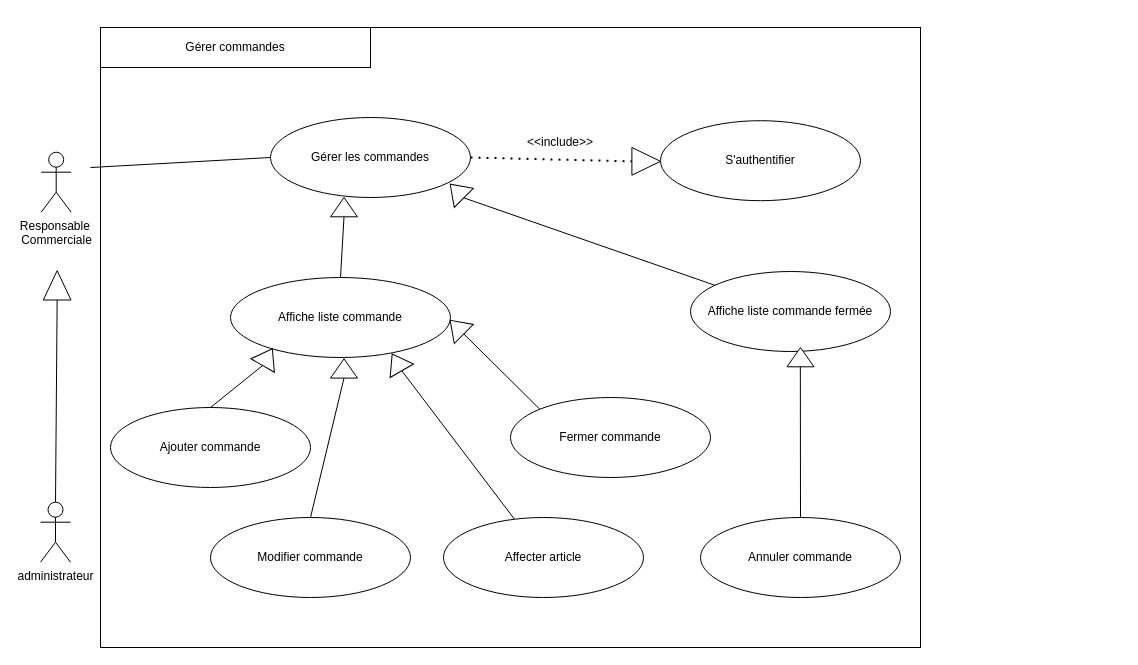
This is cuGérerCommandes.drawio from AbdelazizBs/GPAO-SpringApp, a draw.io file, before an edit. Source tidied: cells renumbered, new cells numbered last; positions are measured from the earlier drawing's top-left corner, leaving out a move shared by most shapes. Both pictures are drawn from the tidied source at 100%, with x=0, y=0 at pixel (40, 27).
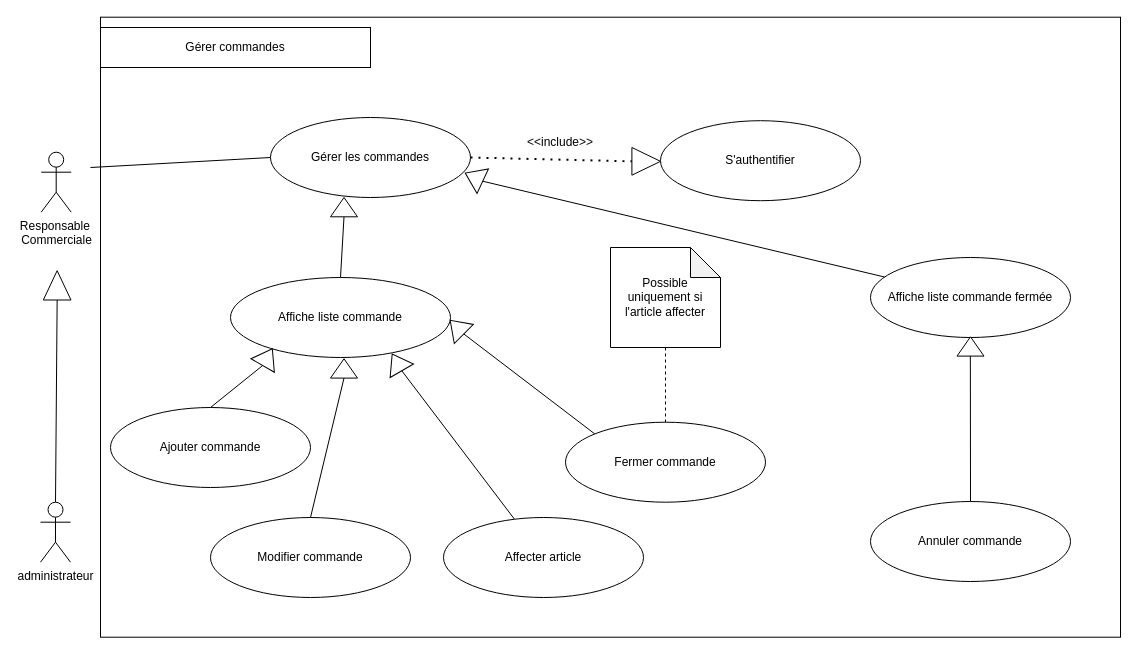
The same diagram, later.

Commit message:
Mettre à jour cuGérerCommandes.drawio

What changed in the source:
```diff
@@
     <mxCell id="2" style="rounded=0;whiteSpace=wrap;html=1;" parent="1" vertex="1">
-      <mxGeometry x="60" width="820" height="620" as="geometry" />
+      <mxGeometry x="60" y="-10.3" width="1020" height="620" as="geometry" />
     </mxCell>
@@
     <mxCell id="18" value="Affiche liste commande fermée" style="ellipse;whiteSpace=wrap;html=1;" parent="1" vertex="1">
-      <mxGeometry x="650" y="244" width="200" height="80" as="geometry" />
+      <mxGeometry x="830" y="230" width="200" height="80" as="geometry" />
     </mxCell>
-    <mxCell id="19" style="triangle;whiteSpace=wrap;html=1;rotation=-225;direction=south;" parent="1" vertex="1">
-      <mxGeometry x="403" y="153.9" width="27" height="19.3" as="geometry" />
+    <mxCell id="19" style="triangle;whiteSpace=wrap;html=1;rotation=115;direction=south;" parent="1" vertex="1">
+      <mxGeometry x="420" y="140" width="27" height="19.3" as="geometry" />
     </mxCell>
@@
     <mxCell id="21" value="Fermer commande" style="ellipse;whiteSpace=wrap;html=1;" parent="1" vertex="1">
-      <mxGeometry x="470" y="370" width="200" height="80" as="geometry" />
+      <mxGeometry x="525" y="394.7" width="200" height="80" as="geometry" />
     </mxCell>
@@
     <mxCell id="25" value="Annuler commande" style="ellipse;whiteSpace=wrap;html=1;" parent="1" vertex="1">
-      <mxGeometry x="660" y="490" width="200" height="80" as="geometry" />
+      <mxGeometry x="830" y="474" width="200" height="80" as="geometry" />
     </mxCell>
@@
     <mxCell id="27" style="triangle;whiteSpace=wrap;html=1;rotation=-180;direction=south;" parent="1" vertex="1">
-      <mxGeometry x="746.5" y="320" width="27" height="19.3" as="geometry" />
+      <mxGeometry x="916.5" y="309.3" width="27" height="19.3" as="geometry" />
     </mxCell>
@@
+    <mxCell id="35" style="edgeStyle=orthogonalEdgeStyle;rounded=0;jettySize=auto;html=1;endArrow=none;endFill=0;dashed=1;" parent="1" edge="1" source="36" target="21">
+      <mxGeometry relative="1" as="geometry" />
+    </mxCell>
+    <mxCell id="36" value="Possible uniquement si l'article affecter" style="shape=note;whiteSpace=wrap;html=1;backgroundOutline=1;darkOpacity=0.05;" parent="1" vertex="1">
+      <mxGeometry x="570" y="220" width="110" height="100" as="geometry" />
+    </mxCell>
```
